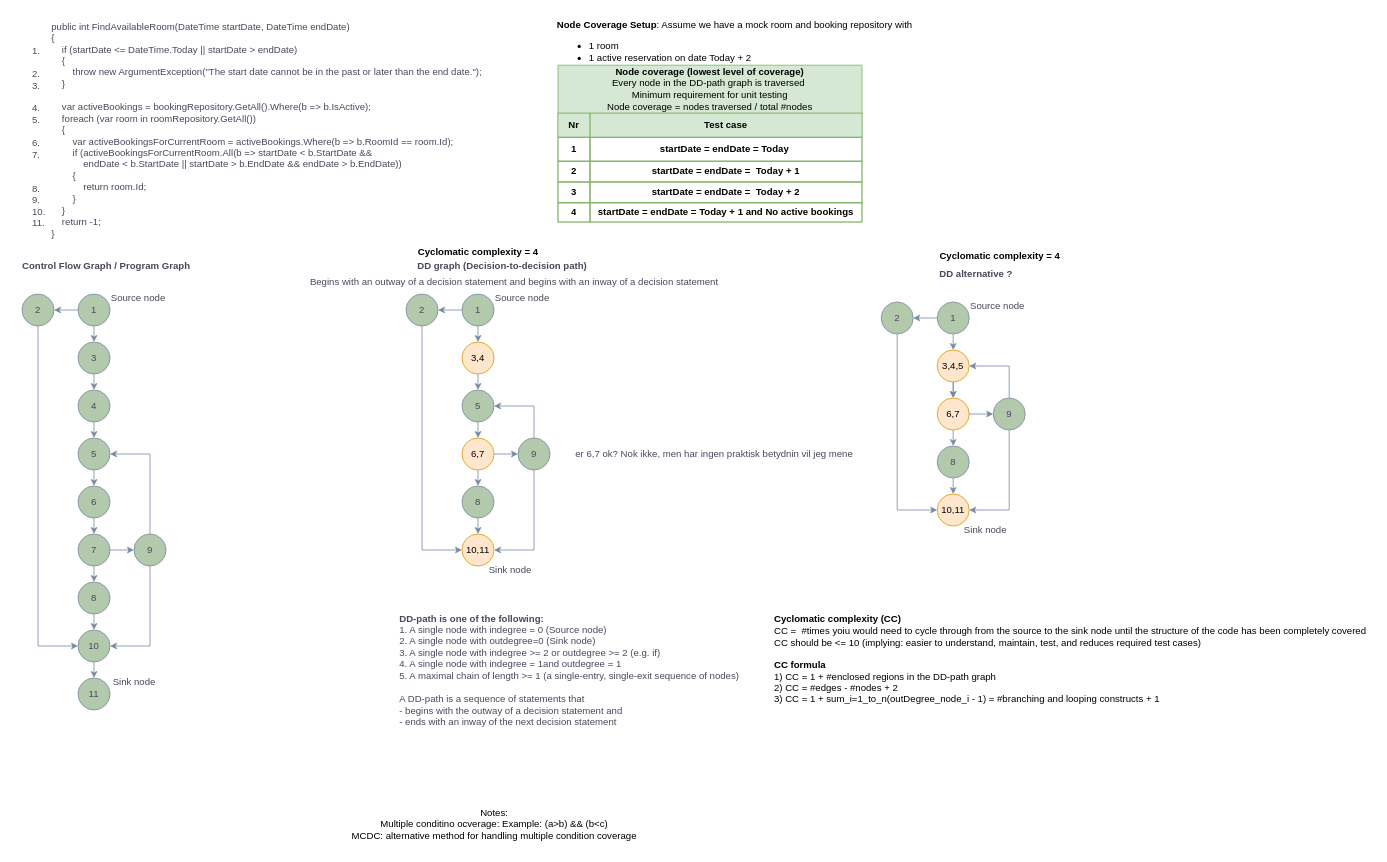
This is page "FindAvailableRoom" (1 of 3) of Unavngivet diagram.drawio from leaand01/WhiteBoxTesting_temp, a draw.io file, before an edit. Source tidied: cells renumbered, new cells numbered last; positions are measured from the earlier drawing's top-left corner, leaving out a move shared by most shapes. Both pictures are drawn from the tidied source at 80%, with x=0, y=0 at pixel (14, 14).
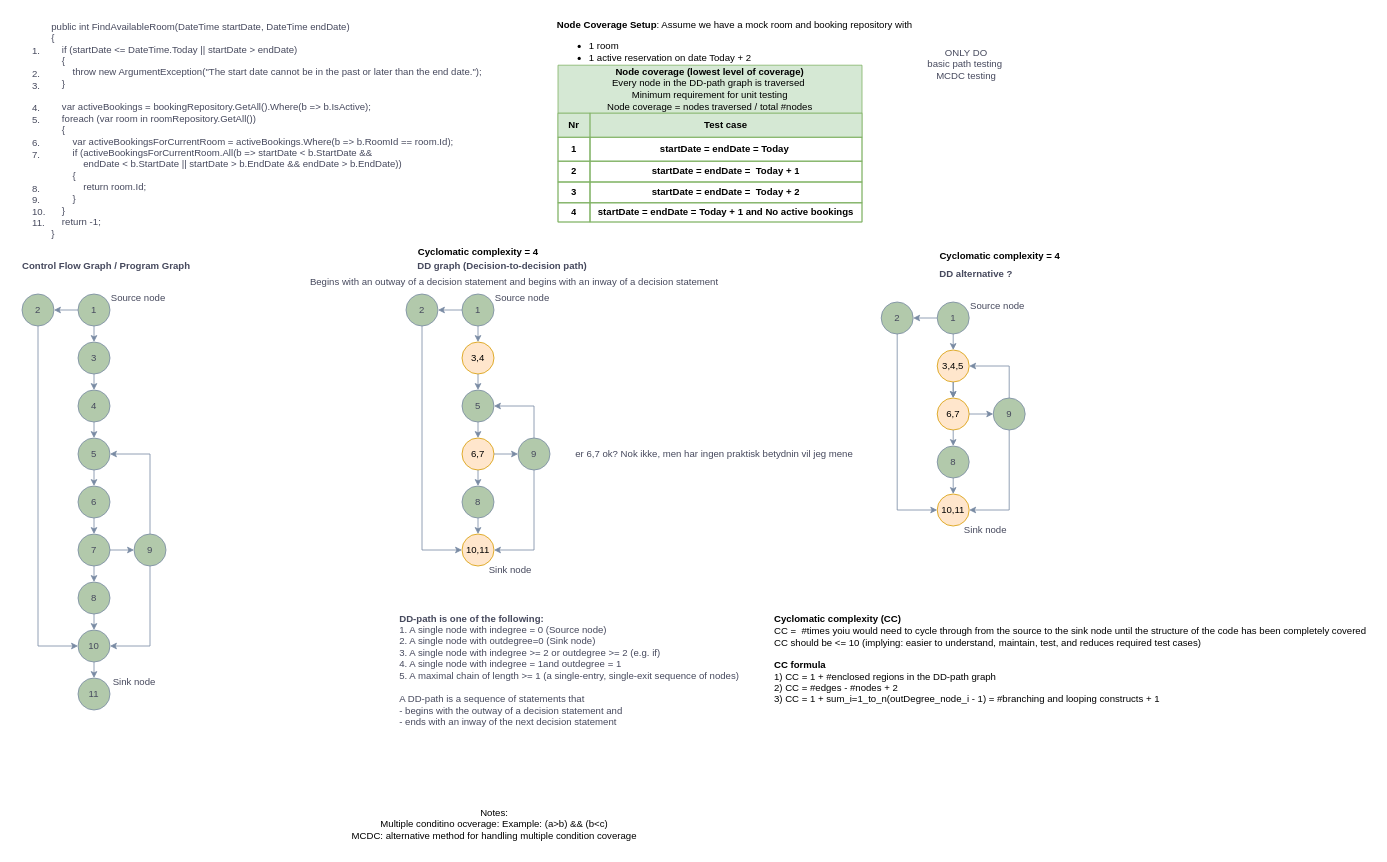
Above is the later version.

Change to the diagram source:
```diff
@@
+    <mxCell id="96" value="ONLY DO&lt;div&gt;basic path testing&amp;nbsp;&lt;/div&gt;&lt;div&gt;MCDC testing&lt;/div&gt;" style="text;html=1;align=center;verticalAlign=middle;strokeColor=none;fillColor=none;fontColor=#46495D;" parent="1" vertex="1">
+      <mxGeometry x="1130" y="33" width="120" height="60" as="geometry" />
+    </mxCell>
```
